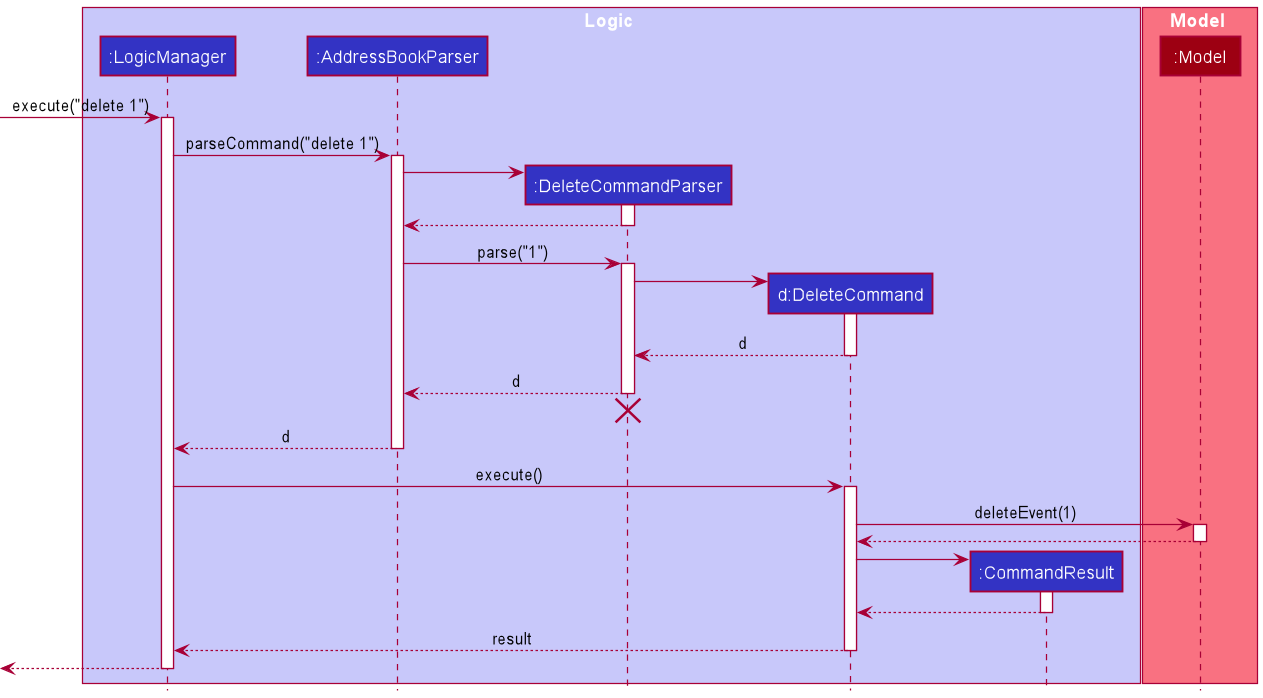
nus-cs2103-AY2021S2/tp keeps this PlantUML diagram as docs/diagrams/DeleteSequenceDiagram.png. Above is the earlier version.
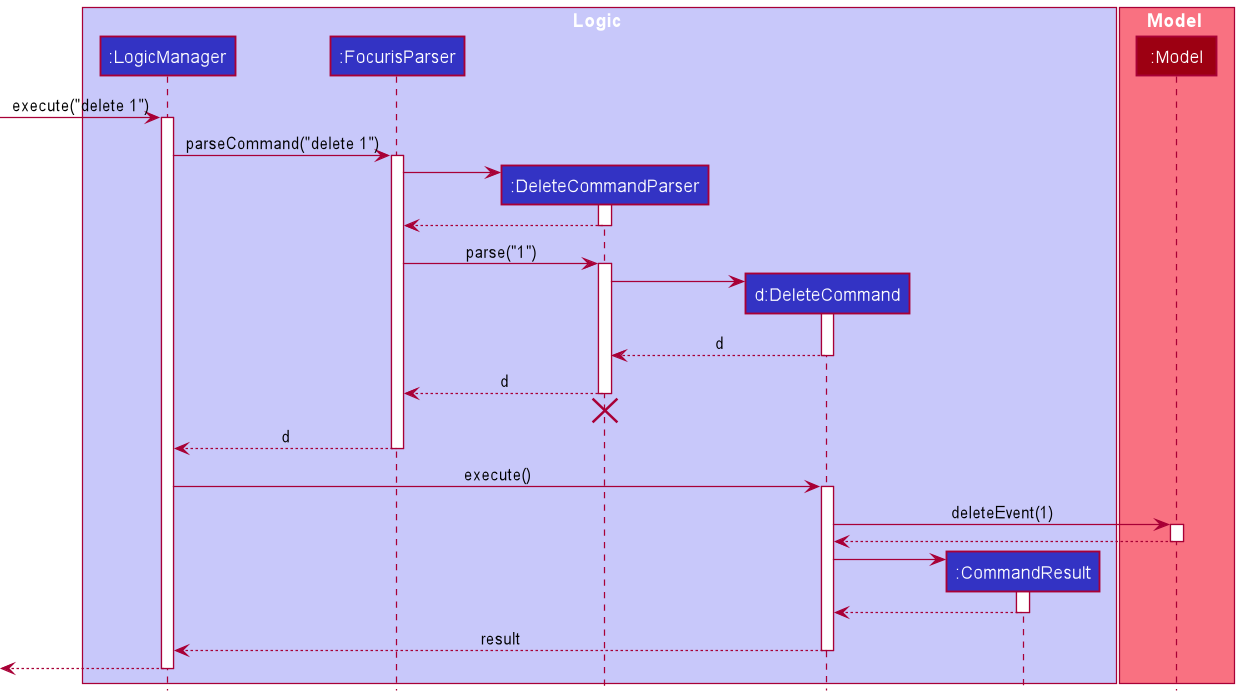
Above is the later version.

The edit, as a diff of the source:
```diff
@@ -3,7 +3,7 @@
 
 box Logic LOGIC_COLOR_T1
 participant ":LogicManager" as LogicManager LOGIC_COLOR
-participant ":AddressBookParser" as AddressBookParser LOGIC_COLOR
+participant ":FocurisParser" as FocurisParser LOGIC_COLOR
 participant ":DeleteCommandParser" as DeleteCommandParser LOGIC_COLOR
 participant "d:DeleteCommand" as DeleteCommand LOGIC_COLOR
 participant ":CommandResult" as CommandResult LOGIC_COLOR
@@ -16,17 +16,17 @@
 [-> LogicManager : execute("delete 1")
 activate LogicManager
 
-LogicManager -> AddressBookParser : parseCommand("delete 1")
-activate AddressBookParser
+LogicManager -> FocurisParser : parseCommand("delete 1")
+activate FocurisParser
 
 create DeleteCommandParser
-AddressBookParser -> DeleteCommandParser
+FocurisParser -> DeleteCommandParser
 activate DeleteCommandParser
 
-DeleteCommandParser --> AddressBookParser
+DeleteCommandParser --> FocurisParser
 deactivate DeleteCommandParser
 
-AddressBookParser -> DeleteCommandParser : parse("1")
+FocurisParser -> DeleteCommandParser : parse("1")
 activate DeleteCommandParser
 
 create DeleteCommand
@@ -36,13 +36,13 @@
 DeleteCommand --> DeleteCommandParser : d
 deactivate DeleteCommand
 
-DeleteCommandParser --> AddressBookParser : d
+DeleteCommandParser --> FocurisParser : d
 deactivate DeleteCommandParser
-DeleteCommandParser -[hidden]-> AddressBookParser
+DeleteCommandParser -[hidden]-> FocurisParser
 destroy DeleteCommandParser
 
-AddressBookParser --> LogicManager : d
-deactivate AddressBookParser
+FocurisParser --> LogicManager : d
+deactivate FocurisParser
 
 LogicManager -> DeleteCommand : execute()
 activate DeleteCommand
```
